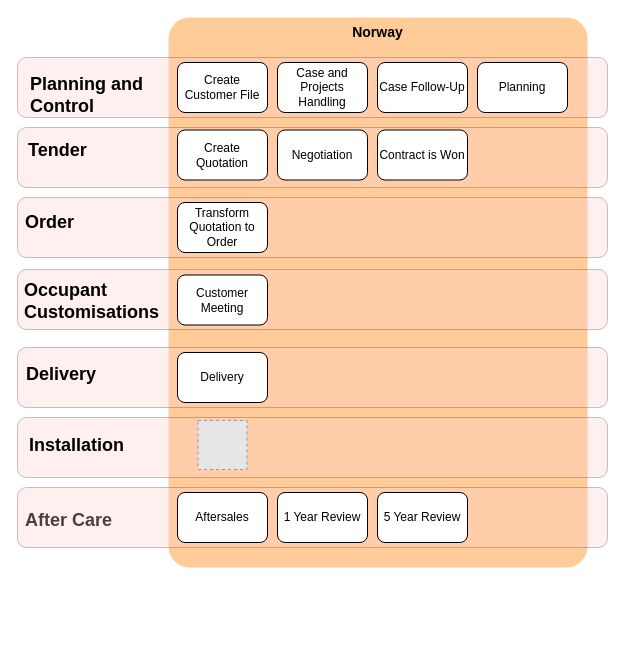
The draw.io diagram page "Project Norway" (4 of 8) of Commercial Model.drawio in mrf742002/Diagrams, before the edit. Source tidied: cells renumbered, new cells numbered last; positions are measured from the earlier drawing's top-left corner, leaving out a move shared by most shapes. Both pictures are drawn from the tidied source at 100%, with x=0, y=0 at pixel (17, 17). Pictures stored in the file or linked from it are replaced by grey dashed boxes.
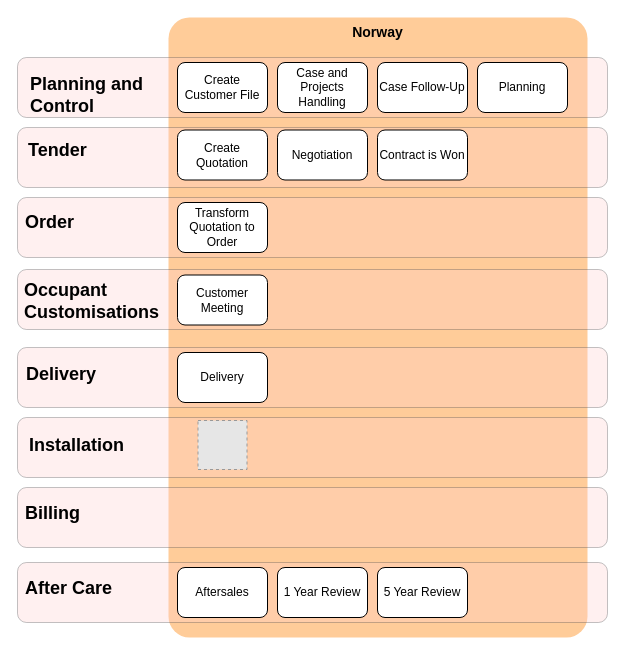
Above is the later version.

Diff of the diagram source:
```diff
@@
     <mxCell id="2" value="&lt;font style=&quot;font-size: 14px&quot;&gt;Norway&lt;/font&gt;" style="rounded=1;whiteSpace=wrap;html=1;fillColor=#ffcc99;strokeColor=none;verticalAlign=top;fontStyle=1;arcSize=5;" parent="1" vertex="1">
-      <mxGeometry x="151" width="419" height="550" as="geometry" />
+      <mxGeometry x="151" width="419" height="620" as="geometry" />
     </mxCell>
+    <mxCell id="16" style="rounded=1;whiteSpace=wrap;html=1;align=left;fillColor=#ffcccc;strokeColor=#36393d;opacity=30;fontStyle=1;" parent="1" vertex="1">
+      <mxGeometry y="545" width="590" height="60" as="geometry" />
+    </mxCell>
@@
     <mxCell id="15" value="&lt;span style=&quot;font-size: 18px&quot;&gt;After Care&lt;/span&gt;" style="text;html=1;align=left;verticalAlign=top;spacingTop=-4;fontStyle=1;" parent="1" vertex="1">
-      <mxGeometry x="6" y="490" width="100" height="20" as="geometry" />
+      <mxGeometry x="6" y="558" width="100" height="20" as="geometry" />
     </mxCell>
-    <mxCell id="16" style="rounded=1;whiteSpace=wrap;html=1;align=left;fillColor=#ffcccc;strokeColor=#36393d;opacity=30;fontStyle=1;" parent="1" vertex="1">
-      <mxGeometry y="470" width="590" height="60" as="geometry" />
-    </mxCell>
@@
     <mxCell id="28" value="Aftersales" style="rounded=1;whiteSpace=wrap;html=1;" parent="1" vertex="1">
-      <mxGeometry x="160" y="475" width="90" height="50" as="geometry" />
+      <mxGeometry x="160" y="550" width="90" height="50" as="geometry" />
     </mxCell>
     <mxCell id="29" value="1 Year Review" style="rounded=1;whiteSpace=wrap;html=1;" parent="1" vertex="1">
-      <mxGeometry x="260" y="475" width="90" height="50" as="geometry" />
+      <mxGeometry x="260" y="550" width="90" height="50" as="geometry" />
     </mxCell>
     <mxCell id="30" value="5 Year Review" style="rounded=1;whiteSpace=wrap;html=1;" parent="1" vertex="1">
-      <mxGeometry x="360" y="475" width="90" height="50" as="geometry" />
+      <mxGeometry x="360" y="550" width="90" height="50" as="geometry" />
     </mxCell>
+    <mxCell id="31" style="rounded=1;whiteSpace=wrap;html=1;align=left;fillColor=#ffcccc;strokeColor=#36393d;opacity=30;fontStyle=1;" parent="1" vertex="1">
+      <mxGeometry y="470" width="590" height="60" as="geometry" />
+    </mxCell>
+    <mxCell id="32" value="&lt;span style=&quot;font-size: 18px&quot;&gt;Billing&lt;/span&gt;" style="text;html=1;align=left;verticalAlign=top;spacingTop=-4;fontStyle=1;" parent="1" vertex="1">
+      <mxGeometry x="6" y="483" width="60" height="20" as="geometry" />
+    </mxCell>
```
